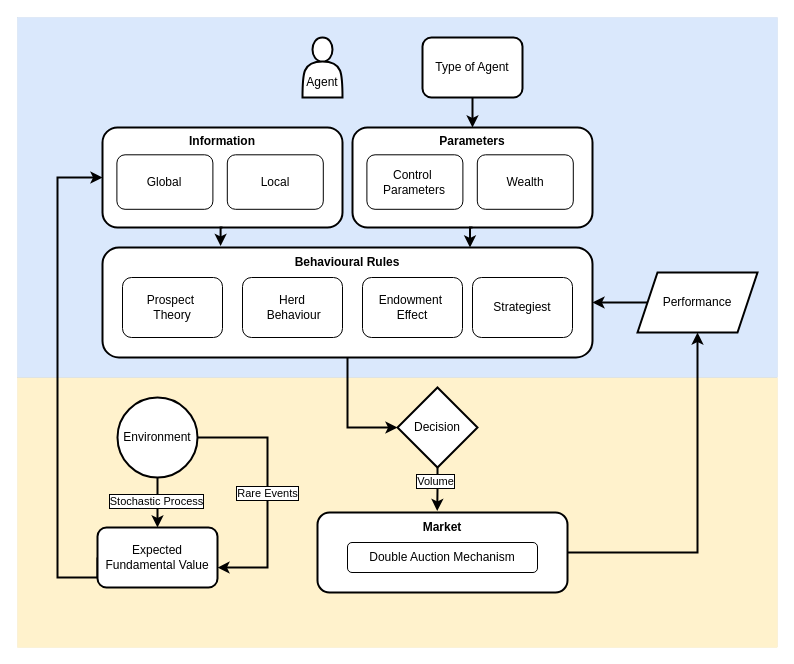
Earlier version of the draw.io diagram Untitled Diagram.drawio (JustSimpleLucas/agent-based-modelling-behavioural-fianance). Source tidied: cells renumbered, new cells numbered last; positions are measured from the earlier drawing's top-left corner, leaving out a move shared by most shapes. Both pictures are drawn from the tidied source at 100%, with x=0, y=0 at pixel (17, 17).
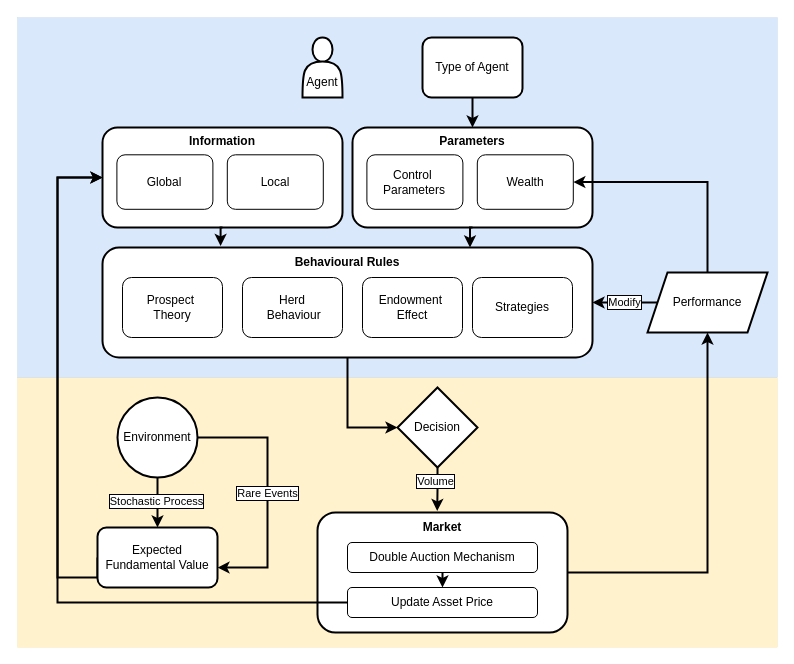
After the change.

The change refers to these unchanged cells:
```xml
<mxCell id="4" style="group;" parent="1" vertex="1">
  <mxGeometry x="85" y="230" width="490" height="110" as="geometry" />
</mxCell>
<mxCell id="5" style="rounded=1;whiteSpace=wrap;html=1;strokeWidth=2;" parent="4" vertex="1">
  <mxGeometry width="490" height="110" as="geometry" />
</mxCell>
<mxCell id="14" value="Wealth" style="rounded=1;whiteSpace=wrap;html=1;" parent="11" vertex="1">
  <mxGeometry x="124.8" y="27.3" width="96" height="54.5" as="geometry" />
</mxCell>
<mxCell id="20" style="rounded=1;whiteSpace=wrap;html=1;strokeWidth=2;" parent="19" vertex="1">
  <mxGeometry width="240" height="100" as="geometry" />
</mxCell>
<mxCell id="28" value="Double Auction Mechanism" style="rounded=1;whiteSpace=wrap;html=1;" parent="26" vertex="1">
  <mxGeometry x="30" y="30" width="190" height="30" as="geometry" />
</mxCell>
```

What changed in the source:
```diff
@@
-    <mxCell id="10" value="Strategiest" style="rounded=1;whiteSpace=wrap;html=1;" parent="4" vertex="1">
+    <mxCell id="10" value="Strategies" style="rounded=1;whiteSpace=wrap;html=1;" parent="4" vertex="1">
       <mxGeometry x="370" y="30" width="100" height="60" as="geometry" />
     </mxCell>
@@
-    <mxCell id="24" style="edgeStyle=orthogonalEdgeStyle;rounded=0;jettySize=auto;html=1;exitX=0;exitY=0.5;exitDx=0;exitDy=0;entryX=1;entryY=0.5;entryDx=0;entryDy=0;strokeWidth=2;" parent="1" edge="1" source="25" target="5">
+    <mxCell id="24" value="Modify" style="edgeStyle=orthogonalEdgeStyle;rounded=0;jettySize=auto;html=1;exitX=0;exitY=0.5;exitDx=0;exitDy=0;entryX=1;entryY=0.5;entryDx=0;entryDy=0;strokeWidth=2;labelBorderColor=default;" parent="1" edge="1" source="25" target="5">
       <mxGeometry relative="1" as="geometry" />
     </mxCell>
+    <mxCell id="46" style="edgeStyle=orthogonalEdgeStyle;rounded=0;jettySize=auto;html=1;exitX=0.5;exitY=0;exitDx=0;exitDy=0;entryX=1;entryY=0.5;entryDx=0;entryDy=0;strokeWidth=2;" parent="1" edge="1" source="25" target="14">
+      <mxGeometry relative="1" as="geometry" />
+    </mxCell>
     <mxCell id="25" value="Performance" style="shape=parallelogram;perimeter=parallelogramPerimeter;whiteSpace=wrap;html=1;fixedSize=1;strokeWidth=2;" parent="1" vertex="1">
-      <mxGeometry x="620" y="255" width="120" height="60" as="geometry" />
+      <mxGeometry x="630" y="255" width="120" height="60" as="geometry" />
     </mxCell>
     <mxCell id="26" style="group;" parent="1" vertex="1">
-      <mxGeometry x="300" y="495" width="250" height="90" as="geometry" />
+      <mxGeometry x="300" y="495" width="250" height="120" as="geometry" />
     </mxCell>
     <mxCell id="27" style="rounded=1;whiteSpace=wrap;html=1;strokeWidth=2;" parent="26" vertex="1">
-      <mxGeometry width="250" height="80" as="geometry" />
+      <mxGeometry width="250" height="120" as="geometry" />
     </mxCell>
+    <mxCell id="47" style="edgeStyle=orthogonalEdgeStyle;rounded=0;jettySize=auto;html=1;exitX=0.5;exitY=1;exitDx=0;exitDy=0;entryX=0.5;entryY=0;entryDx=0;entryDy=0;strokeWidth=2;" parent="26" edge="1" source="28" target="48">
+      <mxGeometry relative="1" as="geometry" />
+    </mxCell>
@@
+    <mxCell id="48" value="Update Asset Price" style="rounded=1;whiteSpace=wrap;html=1;" parent="26" vertex="1">
+      <mxGeometry x="30" y="75" width="190" height="30" as="geometry" />
+    </mxCell>
@@
+    <mxCell id="49" style="edgeStyle=orthogonalEdgeStyle;rounded=0;jettySize=auto;html=1;exitX=0;exitY=0.5;exitDx=0;exitDy=0;strokeWidth=2;entryX=0;entryY=0.5;entryDx=0;entryDy=0;" parent="1" edge="1" source="48" target="20">
+      <mxGeometry relative="1" as="geometry">
+        <Array as="points">
+          <mxPoint x="40" y="585" />
+          <mxPoint x="40" y="160" />
+        </Array>
+      </mxGeometry>
+    </mxCell>
```
